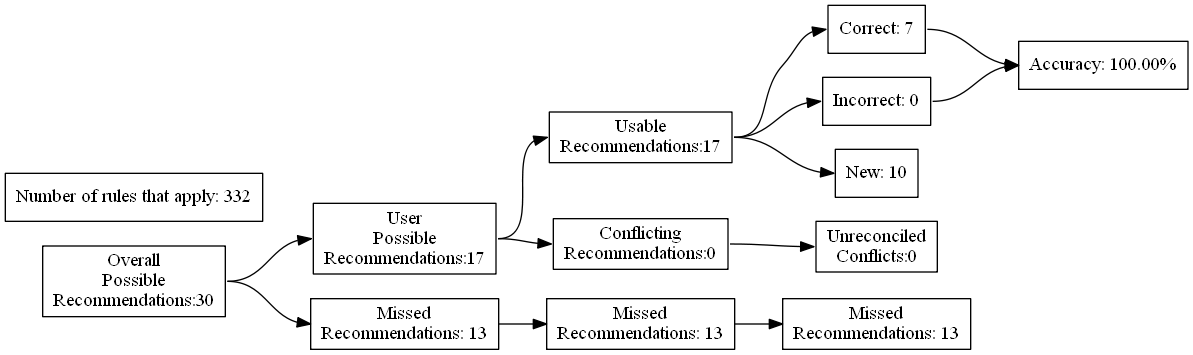
ZaxR/ibd_diet_analysis keeps this Graphviz diagram as test_renders/26.gv.png. Above is the earlier version. Its source is kept beside it as test_renders/26.gv.
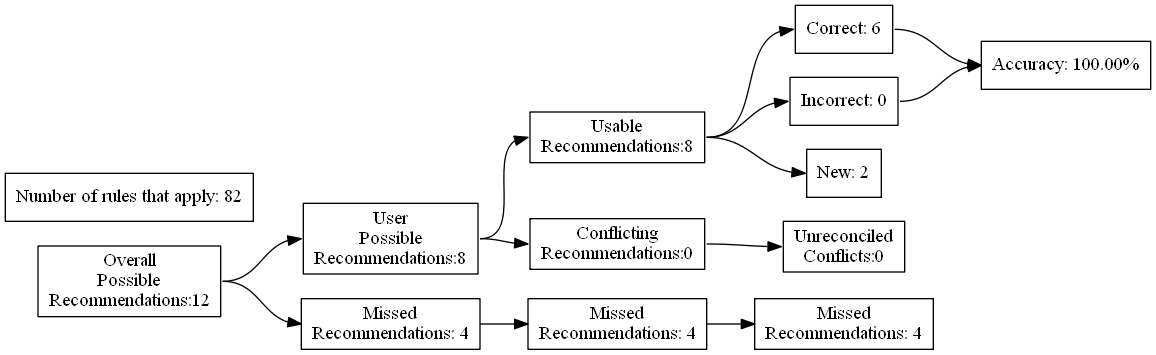
The same file after the commit.

Change to the diagram source:
```diff
@@ -4,27 +4,27 @@
 	edge [headport=w tailport=e]
 		A [label="Overall
 Possible
-Recommendations:30"]
+Recommendations:12"]
 		B [label="User
 Possible
-Recommendations:17"]
+Recommendations:8"]
 		C [label="Missed
-Recommendations: 13"]
+Recommendations: 4"]
 		D [label="Usable
-Recommendations:17"]
+Recommendations:8"]
 		E [label="Conflicting
 Recommendations:0"]
 		J [label="Missed
-Recommendations: 13"]
+Recommendations: 4"]
 		M [label="Unreconciled
 Conflicts:0"]
-		F [label="Correct: 7"]
+		F [label="Correct: 6"]
 		G [label="Incorrect: 0"]
-		H [label="New: 10"]
+		H [label="New: 2"]
 		K [label="Missed
-Recommendations: 13"]
+Recommendations: 4"]
 		I [label="Accuracy: 100.00%"]
-		l [label="Number of rules that apply: 332"]
+		l [label="Number of rules that apply: 82"]
 			A -> B
 			A -> C
 			B -> D
```
